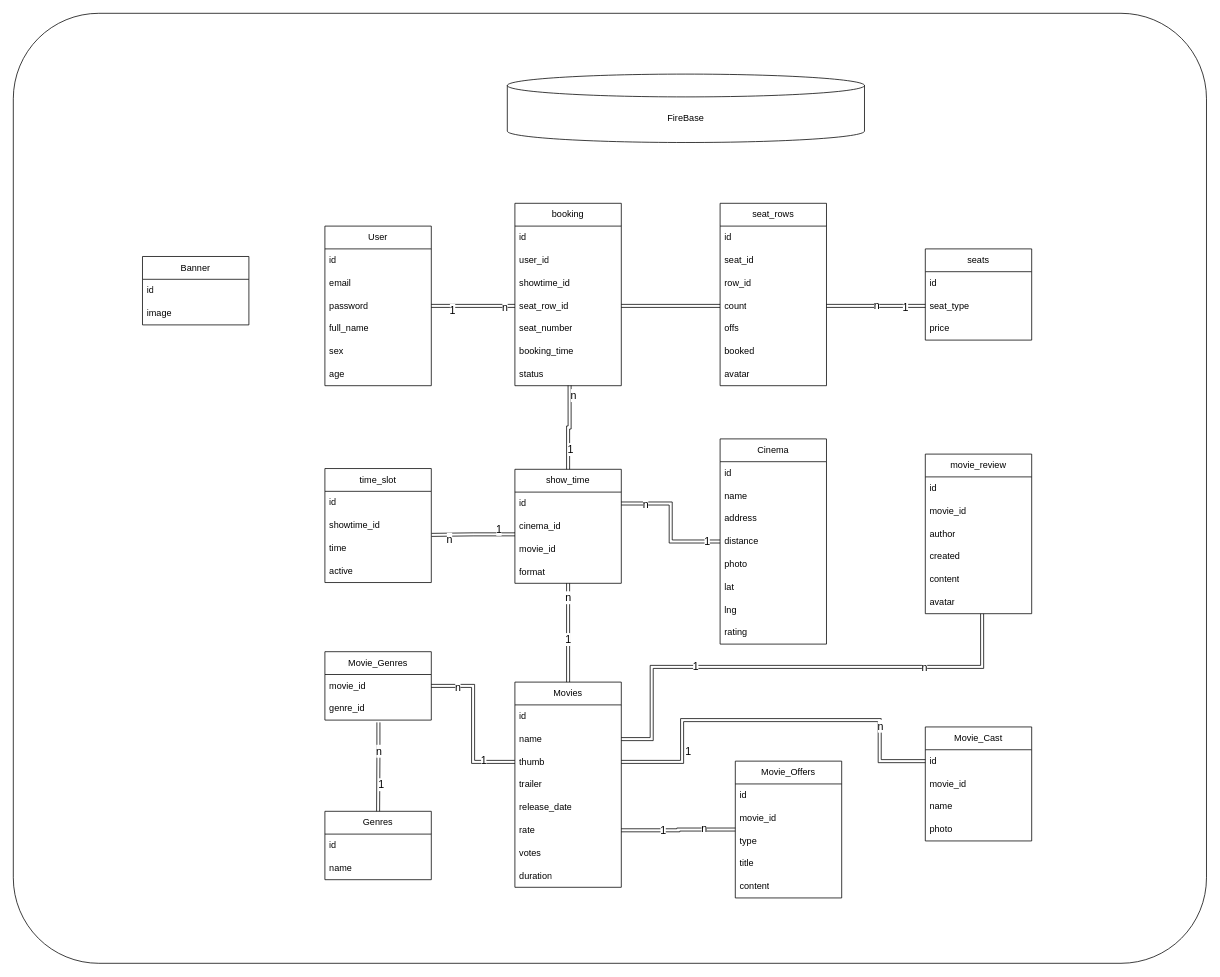
Earlier version of the draw.io diagram draw.io/cinema-booking.drawio (minhuiiy/cinema_booking). Source tidied: cells renumbered, new cells numbered last; positions are measured from the earlier drawing's top-left corner, leaving out a move shared by most shapes. Both pictures are drawn from the tidied source at 76%, with x=0, y=0 at pixel (13, 9).
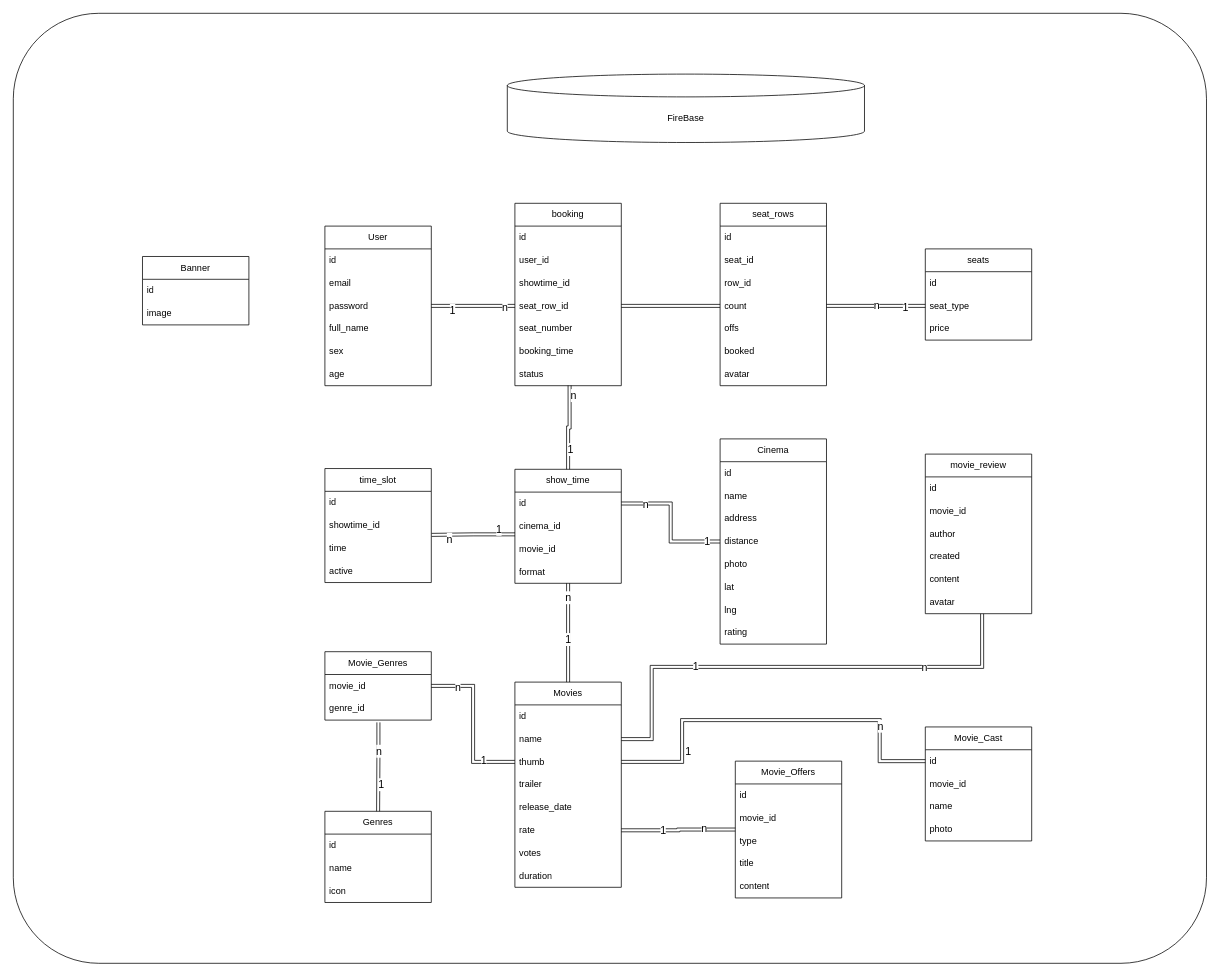
The same page after the edit.

Commit message (it also covers changes not shown here):
feat: update cinema booking diagram - add icon attribute to Genres and change dimensions

The edit, as a diff of the source:
```diff
@@
     <mxCell id="59" value="Genres" style="swimlane;fontStyle=0;horizontal=1;startSize=30;whiteSpace=wrap;html=1;" parent="1" vertex="1">
-      <mxGeometry x="410" y="1055" width="140" height="90" as="geometry" />
+      <mxGeometry x="410" y="1055" width="140" height="120" as="geometry" />
     </mxCell>
@@
+    <mxCell id="122" value="icon" style="text;strokeColor=none;fillColor=none;align=left;verticalAlign=middle;spacingLeft=4;spacingRight=4;overflow=hidden;whiteSpace=wrap;html=1;" parent="59" vertex="1">
+      <mxGeometry y="90" width="140" height="30" as="geometry" />
+    </mxCell>
```
